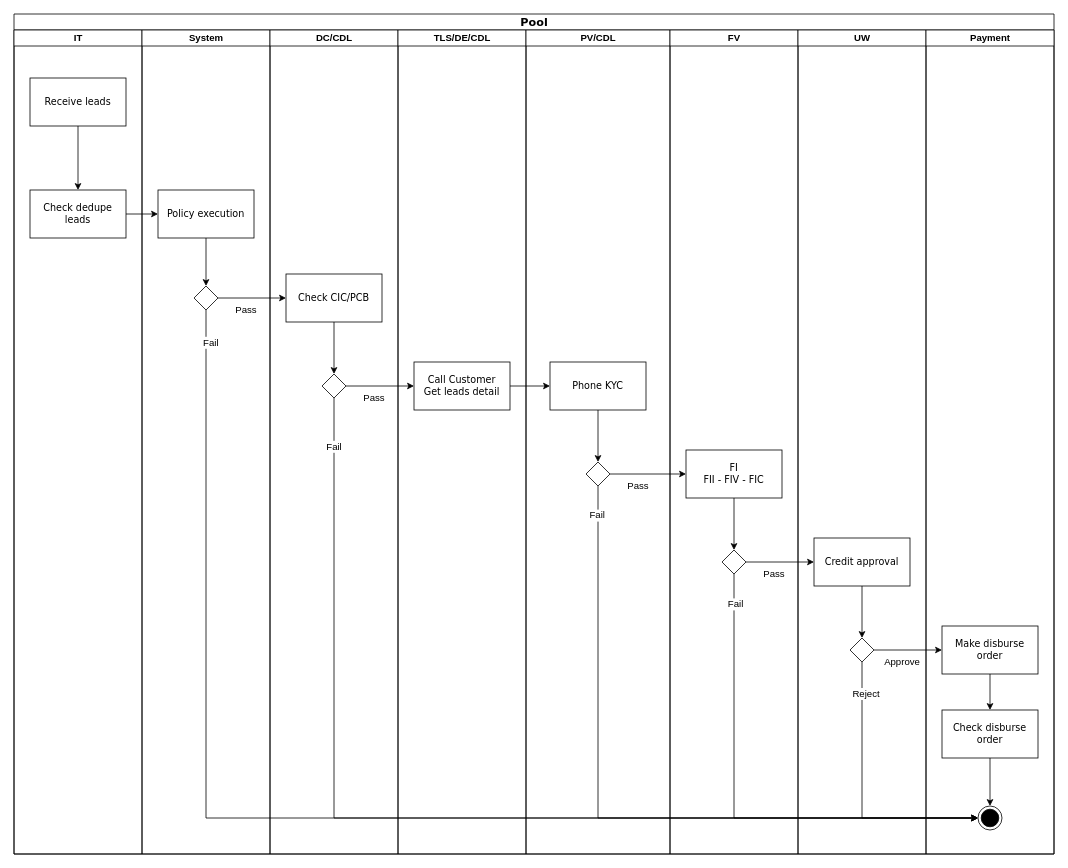
Earlier version of the draw.io diagram TLS.drawio (allyvan1314/Note). Source tidied: cells renumbered, new cells numbered last; positions are measured from the earlier drawing's top-left corner, leaving out a move shared by most shapes. Both pictures are drawn from the tidied source at 80%, with x=0, y=0 at pixel (14, 14).
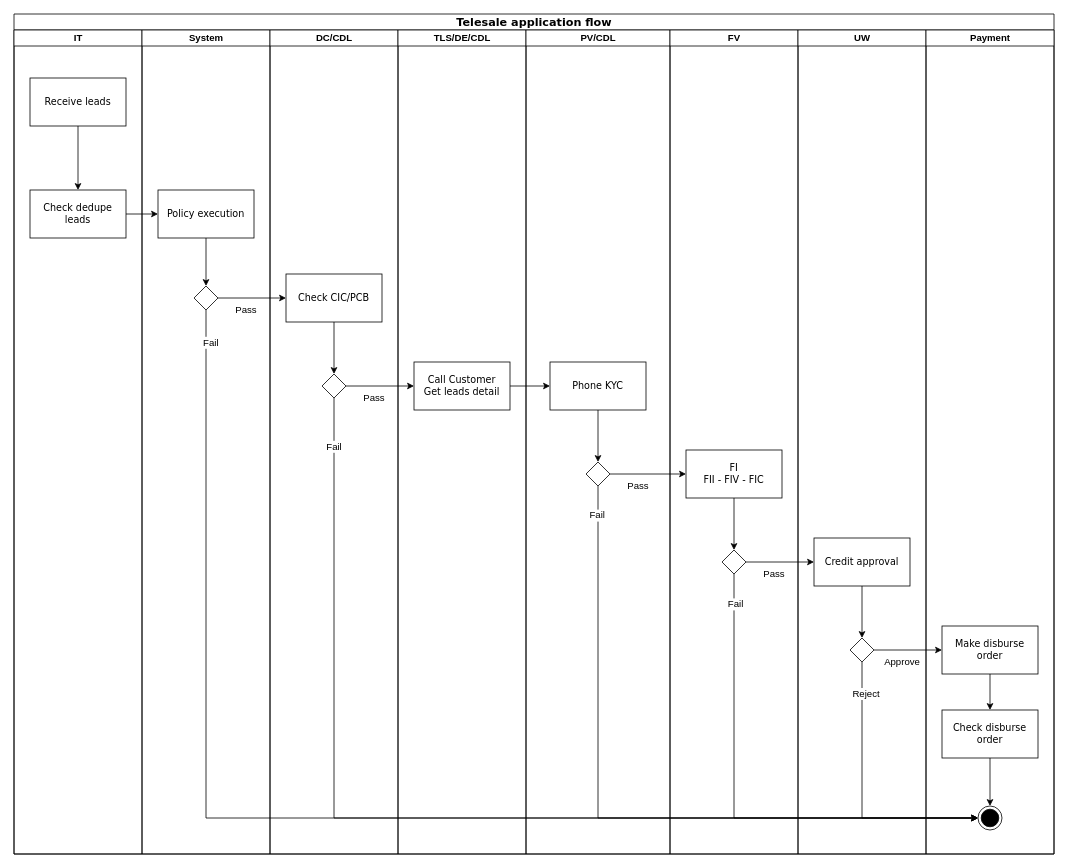
After the change.

Change to the diagram source:
```diff
@@
-    <mxCell id="2" value="Pool" style="swimlane;html=1;startSize=20;rounded=0;shadow=0;labelBackgroundColor=none;strokeWidth=1;fontFamily=Verdana;fontSize=14;align=center;" parent="1" vertex="1">
+    <mxCell id="2" value="Telesale application flow" style="swimlane;html=1;startSize=20;rounded=0;shadow=0;labelBackgroundColor=none;strokeWidth=1;fontFamily=Verdana;fontSize=14;align=center;" parent="1" vertex="1">
       <mxGeometry width="1300" height="1050" as="geometry" />
     </mxCell>
```
